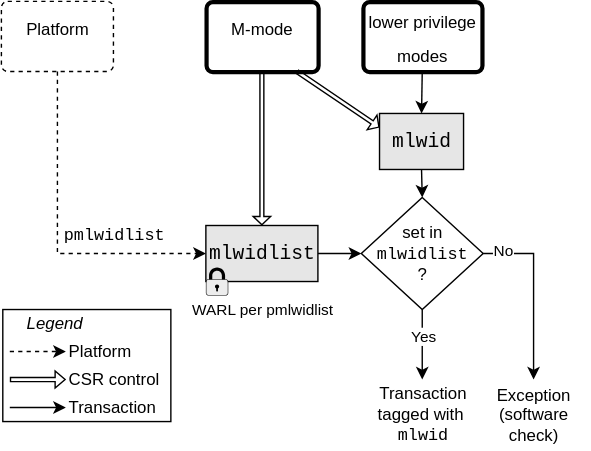
riscv/riscv-worlds keeps this draw.io diagram as src/images/drawio/Smlwidlist.svg. Above is the earlier version. Source tidied: cells renumbered, new cells last; positions are measured from the earlier drawing's top-left corner, leaving out a move shared by most shapes.
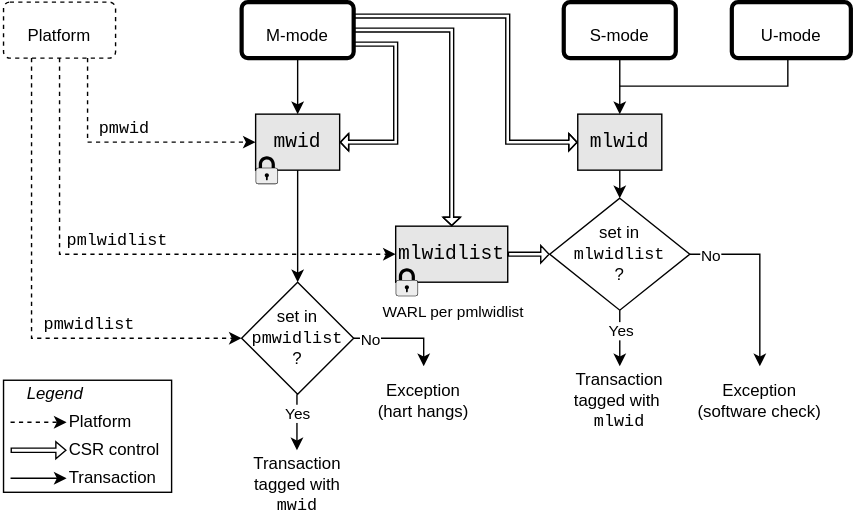
Later version of the same file.

The edit, as a diff of the source:
```diff
@@ -3,10 +3,10 @@
     <mxCell id="0" />
     <mxCell id="1" parent="0" />
     <mxCell id="2" value="&lt;font style=&quot;font-size: 12px;&quot;&gt;Exception (software check)&lt;/font&gt;" style="text;html=1;whiteSpace=wrap;strokeColor=none;fillColor=default;align=center;verticalAlign=middle;rounded=0;" parent="1" vertex="1">
-      <mxGeometry x="340" y="270" width="80" height="50" as="geometry" />
+      <mxGeometry x="486" y="270" width="100" height="50" as="geometry" />
     </mxCell>
     <mxCell id="3" value="&lt;font face=&quot;Courier New&quot;&gt;&lt;font style=&quot;font-size: 14px;&quot;&gt;ml&lt;/font&gt;&lt;span style=&quot;font-size: 14px; background-color: transparent; color: light-dark(rgb(0, 0, 0), rgb(255, 255, 255));&quot;&gt;wid&lt;/span&gt;&lt;/font&gt;" style="rounded=0;whiteSpace=wrap;html=1;fillColor=#E6E6E6;" parent="1" vertex="1">
-      <mxGeometry x="270" y="80" width="60" height="40" as="geometry" />
+      <mxGeometry x="406" y="90" width="60" height="40" as="geometry" />
     </mxCell>
     <mxCell id="4" style="endArrow=classic;html=1;rounded=0;exitX=0.5;exitY=1;exitDx=0;exitDy=0;entryX=0.5;entryY=0;entryDx=0;entryDy=0;strokeWidth=1;" parent="1" edge="1" source="23" target="3">
       <mxGeometry relative="1" as="geometry" />
@@ -15,24 +15,24 @@
       <mxGeometry relative="1" as="geometry" />
     </mxCell>
     <mxCell id="6" value="&lt;font style=&quot;font-size: 12px;&quot;&gt;set in&lt;br&gt;&lt;font face=&quot;Courier New&quot; style=&quot;&quot;&gt;mlwidlist&lt;br&gt;&lt;/font&gt;?&lt;/font&gt;" style="rhombus;whiteSpace=wrap;html=1;" parent="1" vertex="1">
-      <mxGeometry x="257" y="140" width="87" height="80" as="geometry" />
+      <mxGeometry x="386" y="150" width="100" height="80" as="geometry" />
     </mxCell>
     <mxCell id="7" style="endArrow=classic;html=1;rounded=0;strokeWidth=1;entryX=0.5;entryY=0;entryDx=0;entryDy=0;exitX=1;exitY=0.5;exitDx=0;exitDy=0;" parent="1" edge="1" source="6" target="2">
       <mxGeometry relative="1" as="geometry">
         <Array as="points">
-          <mxPoint x="380" y="180" />
+          <mxPoint x="536" y="190" />
         </Array>
       </mxGeometry>
     </mxCell>
     <mxCell id="8" value="No" style="edgeLabel;html=1;align=center;verticalAlign=middle;" parent="7" vertex="1">
       <mxGeometry x="-0.78" y="1" relative="1" as="geometry">
-        <mxPoint y="-1" as="offset" />
+        <mxPoint y="1" as="offset" />
       </mxGeometry>
     </mxCell>
     <mxCell id="9" value="&lt;font style=&quot;font-size: 12px;&quot;&gt;Transaction tagged with&amp;nbsp; &lt;font face=&quot;Courier New&quot; style=&quot;&quot;&gt;mlwid&lt;/font&gt;&lt;/font&gt;" style="text;html=1;whiteSpace=wrap;strokeColor=none;fillColor=default;align=center;verticalAlign=middle;rounded=0;" parent="1" vertex="1">
-      <mxGeometry x="260.5" y="270" width="80" height="50" as="geometry" />
+      <mxGeometry x="396" y="270" width="80" height="50" as="geometry" />
     </mxCell>
-    <mxCell id="10" style="endArrow=classic;html=1;rounded=0;exitX=0.5;exitY=1;exitDx=0;exitDy=0;entryX=0.5;entryY=0;entryDx=0;entryDy=0;strokeWidth=1;" parent="1" edge="1" source="6" target="9">
+    <mxCell id="10" style="endArrow=classic;html=1;rounded=0;exitX=0.5;exitY=1;exitDx=0;exitDy=0;entryX=0.5;entryY=0;entryDx=0;entryDy=0;strokeWidth=1;fontStyle=1;" parent="1" edge="1" source="6" target="9">
       <mxGeometry relative="1" as="geometry" />
     </mxCell>
     <mxCell id="11" value="Yes" style="edgeLabel;html=1;align=center;verticalAlign=middle;" parent="10" vertex="1">
@@ -41,7 +41,7 @@
       </mxGeometry>
     </mxCell>
     <mxCell id="12" style="group;" parent="1" vertex="1">
-      <mxGeometry x="1" y="220" width="125" height="80" as="geometry" />
+      <mxGeometry x="-4" y="280" width="125" height="80" as="geometry" />
     </mxCell>
     <mxCell id="13" style="rounded=0;whiteSpace=wrap;html=1;" parent="12" vertex="1">
       <mxGeometry width="120" height="80" as="geometry" />
@@ -73,46 +73,142 @@
         <mxPoint x="5" y="50" as="sourcePoint" />
       </mxGeometry>
     </mxCell>
-    <mxCell id="21" value="&lt;font style=&quot;font-size: 12px;&quot;&gt;M-mode&lt;/font&gt;" style="html=1;overflow=block;blockSpacing=1;whiteSpace=wrap;fontSize=20;spacing=5;strokeOpacity=100;fillOpacity=100;rounded=1;absoluteArcSize=1;arcSize=9;fillColor=#ffffff;strokeWidth=3;lucidId=RJBa-lLBp8Ld;verticalAlign=top;" parent="1" vertex="1">
-      <mxGeometry x="146" width="80" height="50" as="geometry" />
+    <mxCell id="21" value="&lt;font style=&quot;font-size: 12px;&quot;&gt;M-mode&lt;/font&gt;" style="html=1;overflow=block;blockSpacing=1;whiteSpace=wrap;fontSize=20;spacing=5;strokeOpacity=100;fillOpacity=100;rounded=1;absoluteArcSize=1;arcSize=9;fillColor=#ffffff;strokeWidth=3;lucidId=RJBa-lLBp8Ld;verticalAlign=middle;" parent="1" vertex="1">
+      <mxGeometry x="166" y="10" width="80" height="40" as="geometry" />
     </mxCell>
-    <mxCell id="22" value="&lt;font style=&quot;font-size: 12px;&quot;&gt;Platform&lt;/font&gt;" style="html=1;overflow=block;blockSpacing=1;whiteSpace=wrap;fontSize=20;fontColor=default;spacing=5;strokeOpacity=100;fillOpacity=100;rounded=1;absoluteArcSize=1;arcSize=9;fillColor=#ffffff;fixDash=1;strokeWidth=1;lucidId=RJBal6eY-SyX;verticalAlign=top;dashed=1;" parent="1" vertex="1">
-      <mxGeometry width="80" height="50" as="geometry" />
+    <mxCell id="22" value="&lt;font style=&quot;font-size: 12px;&quot;&gt;Platform&lt;/font&gt;" style="html=1;overflow=block;blockSpacing=1;whiteSpace=wrap;fontSize=20;fontColor=default;spacing=5;strokeOpacity=100;fillOpacity=100;rounded=1;absoluteArcSize=1;arcSize=9;fillColor=#ffffff;fixDash=1;strokeWidth=1;lucidId=RJBal6eY-SyX;verticalAlign=middle;dashed=1;" parent="1" vertex="1">
+      <mxGeometry x="-4" y="10" width="80" height="40" as="geometry" />
     </mxCell>
-    <mxCell id="23" value="&lt;font style=&quot;font-size: 12px;&quot;&gt;lower privilege&lt;br&gt;modes&lt;/font&gt;" style="html=1;overflow=block;blockSpacing=1;whiteSpace=wrap;fontSize=20;spacing=0;strokeOpacity=100;fillOpacity=100;rounded=1;absoluteArcSize=1;arcSize=9;fillColor=#ffffff;strokeWidth=3;lucidId=RJBa-lLBp8Ld;verticalAlign=top;" parent="1" vertex="1">
-      <mxGeometry x="258" width="85" height="50" as="geometry" />
+    <mxCell id="23" value="&lt;span style=&quot;font-size: 12px;&quot;&gt;S-mode&lt;/span&gt;" style="html=1;overflow=block;blockSpacing=1;whiteSpace=wrap;fontSize=20;spacing=0;strokeOpacity=100;fillOpacity=100;rounded=1;absoluteArcSize=1;arcSize=9;fillColor=#ffffff;strokeWidth=3;lucidId=RJBa-lLBp8Ld;verticalAlign=middle;" parent="1" vertex="1">
+      <mxGeometry x="396" y="10" width="80" height="40" as="geometry" />
     </mxCell>
-    <mxCell id="24" style="shape=flexArrow;endArrow=classic;html=1;rounded=0;exitX=0.546;exitY=1.025;exitDx=0;exitDy=0;exitPerimeter=0;endWidth=8.666666666666666;endSize=1.6395348837209303;width=2.7906976744186047;entryX=0;entryY=0.25;entryDx=0;entryDy=0;" parent="1" edge="1" target="3">
+    <mxCell id="24" style="shape=flexArrow;endArrow=classic;html=1;rounded=0;endWidth=8.666666666666666;endSize=1.6395348837209303;width=2.7906976744186047;entryX=0;entryY=0.5;entryDx=0;entryDy=0;exitX=1;exitY=0.25;exitDx=0;exitDy=0;" parent="1" edge="1" source="21" target="3">
       <mxGeometry relative="1" as="geometry">
-        <mxPoint x="211" y="50" as="sourcePoint" />
+        <Array as="points">
+          <mxPoint x="356" y="20" />
+          <mxPoint x="356" y="110" />
+        </Array>
       </mxGeometry>
     </mxCell>
     <mxCell id="25" style="endArrow=classic;html=1;rounded=0;exitX=0.5;exitY=1;exitDx=0;exitDy=0;strokeWidth=1;dashed=1;entryX=0;entryY=0.5;entryDx=0;entryDy=0;" parent="1" edge="1" source="22" target="28">
       <mxGeometry relative="1" as="geometry">
         <Array as="points">
-          <mxPoint x="40" y="180" />
+          <mxPoint x="36" y="190" />
         </Array>
       </mxGeometry>
     </mxCell>
     <mxCell id="26" value="&lt;font style=&quot;font-size: 12px;&quot; face=&quot;Courier New&quot;&gt;pmlwidlist&lt;/font&gt;" style="edgeLabel;html=1;align=center;verticalAlign=middle;" parent="25" vertex="1">
       <mxGeometry x="-0.54" y="2" relative="1" as="geometry">
-        <mxPoint x="38" y="62" as="offset" />
+        <mxPoint x="38" y="42" as="offset" />
       </mxGeometry>
     </mxCell>
-    <mxCell id="27" style="edgeStyle=orthogonalEdgeStyle;rounded=0;jettySize=auto;html=1;exitX=1;exitY=0.5;exitDx=0;exitDy=0;entryX=0;entryY=0.5;entryDx=0;entryDy=0;" parent="1" edge="1" source="28" target="6">
-      <mxGeometry relative="1" as="geometry" />
-    </mxCell>
     <mxCell id="28" value="&lt;font face=&quot;Courier New&quot;&gt;&lt;span style=&quot;font-size: 14px;&quot;&gt;mlwidlist&lt;/span&gt;&lt;/font&gt;" style="rounded=0;whiteSpace=wrap;html=1;fillColor=#E6E6E6;" parent="1" vertex="1">
-      <mxGeometry x="146" y="160" width="80" height="40" as="geometry" />
+      <mxGeometry x="276" y="170" width="80" height="40" as="geometry" />
     </mxCell>
-    <mxCell id="29" style="shape=flexArrow;endArrow=classic;html=1;rounded=0;exitX=0.5;exitY=1;exitDx=0;exitDy=0;endWidth=8.666666666666666;endSize=1.6395348837209303;width=2.7906976744186047;entryX=0.5;entryY=0;entryDx=0;entryDy=0;" parent="1" edge="1" source="21" target="28">
-      <mxGeometry relative="1" as="geometry" />
-    </mxCell>
     <mxCell id="30" style="shape=mxgraph.networks2.icon;fillColor=#EDEDED;strokeColor=#000000;gradientColor=#5B6163;network2IconShadow=1;network2bgFillColor=none;labelPosition=center;verticalLabelPosition=bottom;align=center;verticalAlign=top;network2Icon=mxgraph.networks2.lock;network2IconW=0.8;network2IconH=0.9999;" parent="1" vertex="1">
-      <mxGeometry x="146" y="190" width="16" height="20" as="geometry" />
+      <mxGeometry x="276" y="200" width="16" height="20" as="geometry" />
     </mxCell>
     <mxCell id="31" value="WARL per pmlwidlist" style="edgeLabel;html=1;align=center;verticalAlign=middle;" parent="1" vertex="1">
-      <mxGeometry x="186" y="220" as="geometry" />
+      <mxGeometry x="316" y="230" as="geometry" />
     </mxCell>
+    <mxCell id="32" value="&lt;span style=&quot;font-size: 12px;&quot;&gt;U-mode&lt;/span&gt;" style="html=1;overflow=block;blockSpacing=1;whiteSpace=wrap;fontSize=20;spacing=0;strokeOpacity=100;fillOpacity=100;rounded=1;absoluteArcSize=1;arcSize=9;fillColor=#ffffff;strokeWidth=3;lucidId=RJBa-lLBp8Ld;verticalAlign=middle;" parent="1" vertex="1">
+      <mxGeometry x="516" y="10" width="85" height="40" as="geometry" />
+    </mxCell>
+    <mxCell id="33" style="endArrow=none;html=1;rounded=0;exitX=0.5;exitY=1;exitDx=0;exitDy=0;strokeWidth=1;endFill=0;" parent="1" edge="1">
+      <mxGeometry relative="1" as="geometry">
+        <mxPoint x="556" y="50" as="sourcePoint" />
+        <mxPoint x="436" y="70" as="targetPoint" />
+        <Array as="points">
+          <mxPoint x="556" y="70" />
+        </Array>
+      </mxGeometry>
+    </mxCell>
+    <mxCell id="34" style="endArrow=classic;html=1;rounded=0;exitX=0.5;exitY=1;exitDx=0;exitDy=0;entryX=0.5;entryY=0;entryDx=0;entryDy=0;strokeWidth=1;" parent="1" edge="1" source="21" target="37">
+      <mxGeometry relative="1" as="geometry" />
+    </mxCell>
+    <mxCell id="35" style="endArrow=classic;html=1;rounded=0;exitX=0.75;exitY=1;exitDx=0;exitDy=0;strokeWidth=1;dashed=1;entryX=0;entryY=0.5;entryDx=0;entryDy=0;" parent="1" edge="1" source="22" target="37">
+      <mxGeometry relative="1" as="geometry">
+        <Array as="points">
+          <mxPoint x="56" y="110" />
+        </Array>
+      </mxGeometry>
+    </mxCell>
+    <mxCell id="36" value="&lt;font style=&quot;font-size: 12px;&quot; face=&quot;Courier New&quot;&gt;pmwid&lt;/font&gt;" style="edgeLabel;html=1;align=center;verticalAlign=middle;" parent="35" vertex="1">
+      <mxGeometry x="-0.54" y="2" relative="1" as="geometry">
+        <mxPoint x="23" y="9" as="offset" />
+      </mxGeometry>
+    </mxCell>
+    <mxCell id="37" value="&lt;font face=&quot;Courier New&quot;&gt;&lt;font style=&quot;font-size: 14px;&quot;&gt;m&lt;/font&gt;&lt;span style=&quot;font-size: 14px; background-color: transparent; color: light-dark(rgb(0, 0, 0), rgb(255, 255, 255));&quot;&gt;wid&lt;/span&gt;&lt;/font&gt;" style="rounded=0;whiteSpace=wrap;html=1;fillColor=#E6E6E6;" parent="1" vertex="1">
+      <mxGeometry x="176" y="90" width="60" height="40" as="geometry" />
+    </mxCell>
+    <mxCell id="38" style="shape=mxgraph.networks2.icon;fillColor=#EDEDED;strokeColor=#000000;gradientColor=#5B6163;network2IconShadow=1;network2bgFillColor=none;labelPosition=center;verticalLabelPosition=bottom;align=center;verticalAlign=top;network2Icon=mxgraph.networks2.lock;network2IconW=0.8;network2IconH=0.9999;" parent="1" vertex="1">
+      <mxGeometry x="176" y="120" width="16" height="20" as="geometry" />
+    </mxCell>
+    <mxCell id="39" value="&lt;font style=&quot;font-size: 12px;&quot;&gt;set in&lt;br&gt;&lt;font face=&quot;Courier New&quot; style=&quot;&quot;&gt;pmwidlist&lt;br&gt;&lt;/font&gt;?&lt;/font&gt;" style="rhombus;whiteSpace=wrap;html=1;" parent="1" vertex="1">
+      <mxGeometry x="166" y="210" width="80" height="80" as="geometry" />
+    </mxCell>
+    <mxCell id="40" value="&lt;font style=&quot;font-size: 12px;&quot;&gt;Transaction&lt;br&gt;tagged with&lt;br&gt;&lt;font face=&quot;Courier New&quot; style=&quot;&quot;&gt;mwid&lt;/font&gt;&lt;/font&gt;" style="text;html=1;whiteSpace=wrap;strokeColor=none;fillColor=default;align=center;verticalAlign=middle;rounded=0;" parent="1" vertex="1">
+      <mxGeometry x="161" y="330" width="90" height="50" as="geometry" />
+    </mxCell>
+    <mxCell id="41" style="shape=flexArrow;endArrow=classic;html=1;rounded=0;endWidth=8.666666666666666;endSize=1.6395348837209303;width=2.7906976744186047;entryX=1;entryY=0.5;entryDx=0;entryDy=0;exitX=1;exitY=0.75;exitDx=0;exitDy=0;" parent="1" edge="1" source="21" target="37">
+      <mxGeometry relative="1" as="geometry">
+        <Array as="points">
+          <mxPoint x="276" y="40" />
+          <mxPoint x="276" y="110" />
+        </Array>
+      </mxGeometry>
+    </mxCell>
+    <mxCell id="42" style="endArrow=classic;html=1;rounded=0;exitX=0.5;exitY=1;exitDx=0;exitDy=0;strokeWidth=1;" parent="1" edge="1" source="37" target="39">
+      <mxGeometry relative="1" as="geometry" />
+    </mxCell>
+    <mxCell id="43" style="endArrow=classic;html=1;rounded=0;exitX=0.5;exitY=1;exitDx=0;exitDy=0;entryX=0.5;entryY=0;entryDx=0;entryDy=0;strokeWidth=1;" parent="1" edge="1">
+      <mxGeometry relative="1" as="geometry">
+        <mxPoint x="205.5" y="290" as="sourcePoint" />
+        <mxPoint x="205.5" y="330" as="targetPoint" />
+      </mxGeometry>
+    </mxCell>
+    <mxCell id="44" value="Yes" style="edgeLabel;html=1;align=center;verticalAlign=middle;" parent="43" vertex="1">
+      <mxGeometry x="-0.18" y="4" relative="1" as="geometry">
+        <mxPoint x="-4" y="-2" as="offset" />
+      </mxGeometry>
+    </mxCell>
+    <mxCell id="45" style="endArrow=classic;html=1;rounded=0;exitX=0.25;exitY=1;exitDx=0;exitDy=0;strokeWidth=1;dashed=1;entryX=0;entryY=0.5;entryDx=0;entryDy=0;" parent="1" edge="1" source="22" target="39">
+      <mxGeometry relative="1" as="geometry">
+        <Array as="points">
+          <mxPoint x="16" y="250" />
+        </Array>
+      </mxGeometry>
+    </mxCell>
+    <mxCell id="46" value="&lt;font style=&quot;font-size: 12px;&quot; face=&quot;Courier New&quot;&gt;pmwidlist&lt;/font&gt;" style="edgeLabel;html=1;align=center;verticalAlign=middle;" parent="45" vertex="1">
+      <mxGeometry x="-0.54" y="2" relative="1" as="geometry">
+        <mxPoint x="38" y="109" as="offset" />
+      </mxGeometry>
+    </mxCell>
+    <mxCell id="29" style="shape=flexArrow;endArrow=classic;html=1;rounded=0;endWidth=8.666666666666666;endSize=1.6395348837209303;width=2.7906976744186047;entryX=0.5;entryY=0;entryDx=0;entryDy=0;exitX=1;exitY=0.5;exitDx=0;exitDy=0;" parent="1" edge="1" source="21" target="28">
+      <mxGeometry relative="1" as="geometry">
+        <Array as="points">
+          <mxPoint x="316" y="30" />
+        </Array>
+      </mxGeometry>
+    </mxCell>
+    <mxCell id="27" style="shape=flexArrow;endArrow=classic;html=1;rounded=0;endWidth=8.666666666666666;endSize=1.6395348837209303;width=2.7906976744186047;entryX=0;entryY=0.5;entryDx=0;entryDy=0;exitX=1;exitY=0.5;exitDx=0;exitDy=0;" parent="1" edge="1" source="28" target="6">
+      <mxGeometry relative="1" as="geometry" />
+    </mxCell>
+    <mxCell id="47" style="endArrow=classic;html=1;rounded=0;strokeWidth=1;entryX=0.5;entryY=0;entryDx=0;entryDy=0;exitX=1;exitY=0.5;exitDx=0;exitDy=0;" parent="1" edge="1" target="49">
+      <mxGeometry relative="1" as="geometry">
+        <mxPoint x="246" y="250" as="sourcePoint" />
+        <Array as="points">
+          <mxPoint x="296" y="250" />
+        </Array>
+      </mxGeometry>
+    </mxCell>
+    <mxCell id="48" value="No" style="edgeLabel;html=1;align=center;verticalAlign=middle;" parent="47" vertex="1">
+      <mxGeometry x="-0.68" y="2" relative="1" as="geometry">
+        <mxPoint y="2" as="offset" />
+      </mxGeometry>
+    </mxCell>
+    <mxCell id="49" value="&lt;font style=&quot;font-size: 12px;&quot;&gt;Exception&lt;br&gt;(hart hangs)&lt;/font&gt;" style="text;html=1;whiteSpace=wrap;strokeColor=none;fillColor=default;align=center;verticalAlign=middle;rounded=0;" parent="1" vertex="1">
+      <mxGeometry x="246" y="270" width="100" height="50" as="geometry" />
+    </mxCell>
   </root>
 </mxGraphModel>
```
